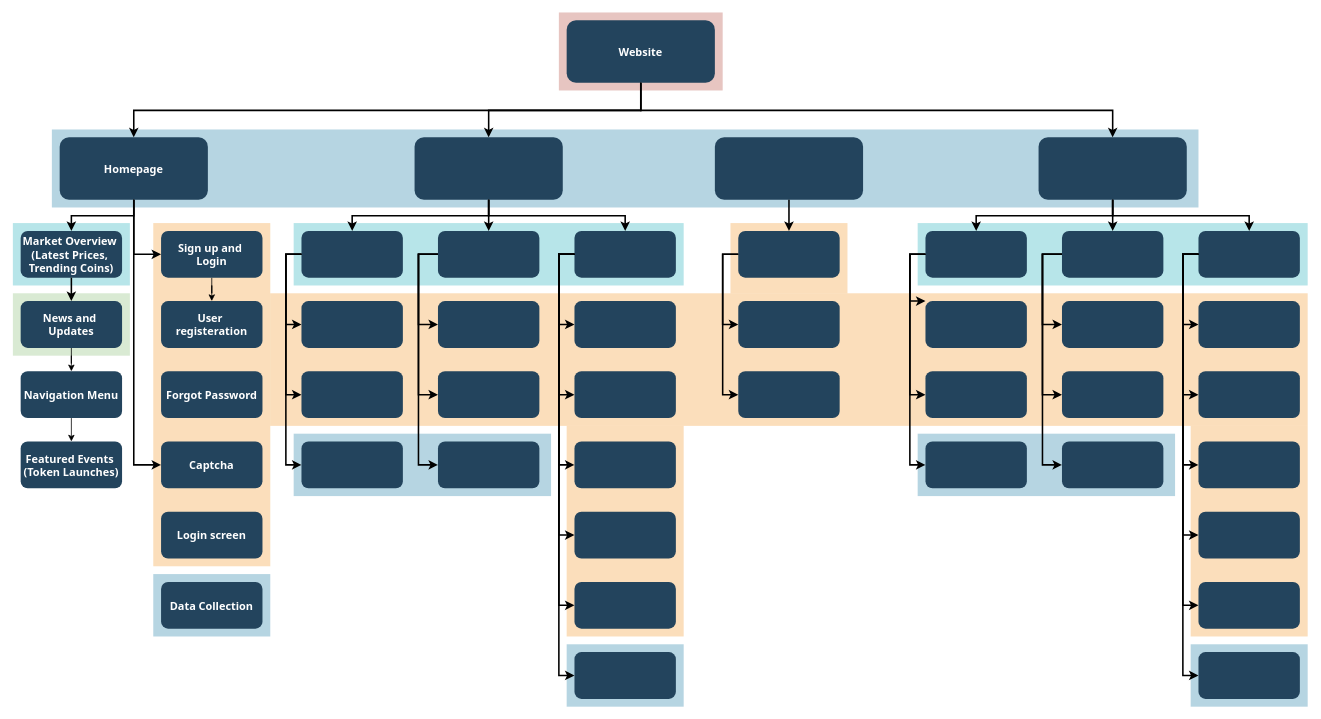
Earlier version of the draw.io diagram Biểu đồ không có tiêu đề.drawio (tunykush/login-captcha). Source tidied: cells renumbered, new cells numbered last; positions are measured from the earlier drawing's top-left corner, leaving out a move shared by most shapes. Both pictures are drawn from the tidied source at 78%, with x=0, y=0 at pixel (12, 12).
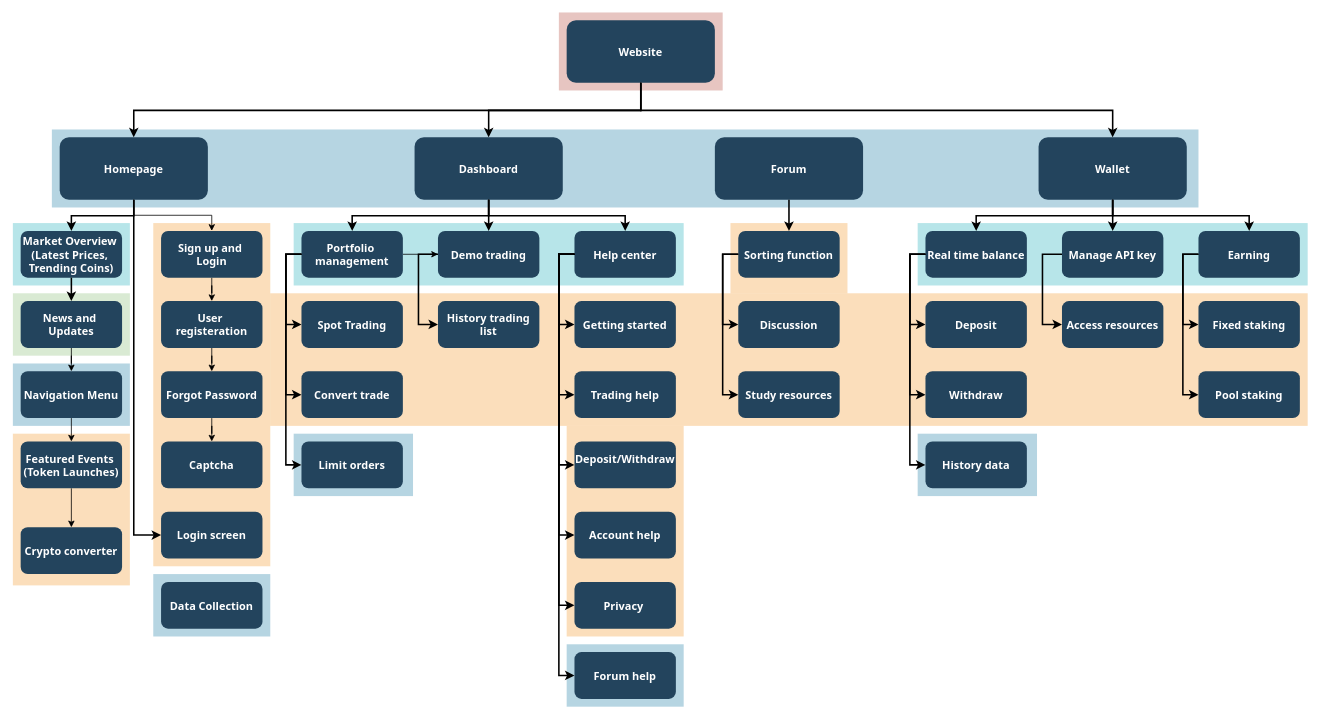
The same page after the edit.

Commit message:
Cập nhật Biểu đồ không có tiêu đề.drawio

Unchanged cells that the change refers to:
```xml
<mxCell id="23" value="Homepage" style="rounded=1;fillColor=#23445D;gradientColor=none;strokeColor=none;fontColor=#FFFFFF;fontStyle=1;fontFamily=Tahoma;fontSize=14;" parent="1" vertex="1">
  <mxGeometry x="60" y="159.5" width="190" height="80" as="geometry" />
</mxCell>
<mxCell id="28" value="Sign up and &#10;Login" style="rounded=1;fillColor=#23445D;gradientColor=none;strokeColor=none;fontColor=#FFFFFF;fontStyle=1;fontFamily=Tahoma;fontSize=14;" parent="1" vertex="1">
  <mxGeometry x="190" y="279.5" width="130" height="60" as="geometry" />
</mxCell>
<mxCell id="29" value="User &#10;registeration" style="rounded=1;fillColor=#23445D;gradientColor=none;strokeColor=none;fontColor=#FFFFFF;fontStyle=1;fontFamily=Tahoma;fontSize=14;" parent="1" vertex="1">
  <mxGeometry x="190" y="369.5" width="130" height="60" as="geometry" />
</mxCell>
<mxCell id="30" value="Forgot Password" style="rounded=1;fillColor=#23445D;gradientColor=none;strokeColor=none;fontColor=#FFFFFF;fontStyle=1;fontFamily=Tahoma;fontSize=14;" parent="1" vertex="1">
  <mxGeometry x="190" y="459.5" width="130" height="60" as="geometry" />
</mxCell>
<mxCell id="31" value="Captcha" style="rounded=1;fillColor=#23445D;gradientColor=none;strokeColor=none;fontColor=#FFFFFF;fontStyle=1;fontFamily=Tahoma;fontSize=14;" parent="1" vertex="1">
  <mxGeometry x="190" y="549.5" width="130" height="60" as="geometry" />
</mxCell>
<mxCell id="32" value="Login screen" style="rounded=1;fillColor=#23445D;gradientColor=none;strokeColor=none;fontColor=#FFFFFF;fontStyle=1;fontFamily=Tahoma;fontSize=14;" parent="1" vertex="1">
  <mxGeometry x="190" y="639.5" width="130" height="60" as="geometry" />
</mxCell>
<mxCell id="108" value="Featured Events &#10;(Token Launches)" style="rounded=1;fillColor=#23445D;gradientColor=none;strokeColor=none;fontColor=#FFFFFF;fontStyle=1;fontFamily=Tahoma;fontSize=14;" parent="1" vertex="1">
  <mxGeometry x="10" y="549.5" width="130" height="60" as="geometry" />
</mxCell>
```

What changed in the source:
```diff
@@
     <mxCell id="4" style="fillColor=#F2931E;strokeColor=none;opacity=30;" parent="1" vertex="1">
-      <mxGeometry x="1510" y="529.5" width="150" height="270" as="geometry" />
+      <mxGeometry y="539.5" width="150" height="194.5" as="geometry" />
     </mxCell>
@@
     <mxCell id="9" style="fillColor=#10739E;strokeColor=none;opacity=30;" parent="1" vertex="1">
-      <mxGeometry x="1510" y="809.5" width="150" height="80" as="geometry" />
+      <mxGeometry y="449.5" width="150" height="80" as="geometry" />
     </mxCell>
     <mxCell id="10" style="fillColor=#10739E;strokeColor=none;opacity=30;" parent="1" vertex="1">
-      <mxGeometry x="1160" y="539.5" width="330" height="80" as="geometry" />
+      <mxGeometry x="1160" y="539.5" width="153" height="80" as="geometry" />
     </mxCell>
@@
     <mxCell id="12" style="fillColor=#10739E;strokeColor=none;opacity=30;" parent="1" vertex="1">
-      <mxGeometry x="360" y="539.5" width="330" height="80" as="geometry" />
+      <mxGeometry x="360" y="539.5" width="153" height="80" as="geometry" />
     </mxCell>
@@
-    <mxCell id="19" style="rounded=1;fillColor=#23445D;gradientColor=none;strokeColor=none;fontColor=#FFFFFF;fontStyle=1;fontFamily=Tahoma;fontSize=14;" parent="1" vertex="1">
+    <mxCell id="19" value="Wallet" style="rounded=1;fillColor=#23445D;gradientColor=none;strokeColor=none;fontColor=#FFFFFF;fontStyle=1;fontFamily=Tahoma;fontSize=14;" parent="1" vertex="1">
       <mxGeometry x="1315" y="159.5" width="190" height="80" as="geometry" />
     </mxCell>
@@
-    <mxCell id="21" style="rounded=1;fillColor=#23445D;gradientColor=none;strokeColor=none;fontColor=#FFFFFF;fontStyle=1;fontFamily=Tahoma;fontSize=14;" parent="1" vertex="1">
+    <mxCell id="21" value="Forum" style="rounded=1;fillColor=#23445D;gradientColor=none;strokeColor=none;fontColor=#FFFFFF;fontStyle=1;fontFamily=Tahoma;fontSize=14;" parent="1" vertex="1">
       <mxGeometry x="900" y="159.5" width="190" height="80" as="geometry" />
     </mxCell>
-    <mxCell id="22" style="rounded=1;fillColor=#23445D;gradientColor=none;strokeColor=none;fontColor=#FFFFFF;fontStyle=1;fontFamily=Tahoma;fontSize=14;" parent="1" vertex="1">
+    <mxCell id="22" value="Dashboard" style="rounded=1;fillColor=#23445D;gradientColor=none;strokeColor=none;fontColor=#FFFFFF;fontStyle=1;fontFamily=Tahoma;fontSize=14;" parent="1" vertex="1">
       <mxGeometry x="515" y="159.5" width="190" height="80" as="geometry" />
     </mxCell>
+    <mxCell id="70" style="edgeStyle=orthogonalEdgeStyle;rounded=0;jettySize=auto;html=1;entryX=0.5;entryY=0;entryDx=0;entryDy=0;" parent="1" edge="1" source="23" target="28">
+      <mxGeometry relative="1" as="geometry" />
+    </mxCell>
@@
+    <mxCell id="109" style="edgeStyle=orthogonalEdgeStyle;rounded=0;jettySize=auto;html=1;exitX=0.5;exitY=1;exitDx=0;exitDy=0;" parent="1" edge="1" source="29" target="30">
+      <mxGeometry relative="1" as="geometry" />
+    </mxCell>
@@
+    <mxCell id="110" style="edgeStyle=orthogonalEdgeStyle;rounded=0;jettySize=auto;html=1;" parent="1" edge="1" source="30" target="31">
+      <mxGeometry relative="1" as="geometry" />
+    </mxCell>
@@
+    <mxCell id="111" style="edgeStyle=orthogonalEdgeStyle;rounded=0;jettySize=auto;html=1;entryX=0;entryY=0.5;entryDx=0;entryDy=0;" parent="1" edge="1" source="34" target="38">
+      <mxGeometry relative="1" as="geometry" />
+    </mxCell>
-    <mxCell id="34" style="rounded=1;fillColor=#23445D;gradientColor=none;strokeColor=none;fontColor=#FFFFFF;fontStyle=1;fontFamily=Tahoma;fontSize=14;" parent="1" vertex="1">
+    <mxCell id="34" value="Portfolio &#10;management" style="rounded=1;fillColor=#23445D;gradientColor=none;strokeColor=none;fontColor=#FFFFFF;fontStyle=1;fontFamily=Tahoma;fontSize=14;" parent="1" vertex="1">
       <mxGeometry x="370" y="279.5" width="130" height="60" as="geometry" />
     </mxCell>
-    <mxCell id="35" style="rounded=1;fillColor=#23445D;gradientColor=none;strokeColor=none;fontColor=#FFFFFF;fontStyle=1;fontFamily=Tahoma;fontSize=14;" parent="1" vertex="1">
+    <mxCell id="35" value="Spot Trading" style="rounded=1;fillColor=#23445D;gradientColor=none;strokeColor=none;fontColor=#FFFFFF;fontStyle=1;fontFamily=Tahoma;fontSize=14;" parent="1" vertex="1">
       <mxGeometry x="370" y="369.5" width="130" height="60" as="geometry" />
     </mxCell>
-    <mxCell id="36" style="rounded=1;fillColor=#23445D;gradientColor=none;strokeColor=none;fontColor=#FFFFFF;fontStyle=1;fontFamily=Tahoma;fontSize=14;" parent="1" vertex="1">
+    <mxCell id="36" value="Convert trade" style="rounded=1;fillColor=#23445D;gradientColor=none;strokeColor=none;fontColor=#FFFFFF;fontStyle=1;fontFamily=Tahoma;fontSize=14;" parent="1" vertex="1">
       <mxGeometry x="370" y="459.5" width="130" height="60" as="geometry" />
     </mxCell>
-    <mxCell id="37" style="rounded=1;fillColor=#23445D;gradientColor=none;strokeColor=none;fontColor=#FFFFFF;fontStyle=1;fontFamily=Tahoma;fontSize=14;" parent="1" vertex="1">
+    <mxCell id="37" value="Limit orders" style="rounded=1;fillColor=#23445D;gradientColor=none;strokeColor=none;fontColor=#FFFFFF;fontStyle=1;fontFamily=Tahoma;fontSize=14;" parent="1" vertex="1">
       <mxGeometry x="370" y="549.5" width="130" height="60" as="geometry" />
     </mxCell>
-    <mxCell id="38" style="rounded=1;fillColor=#23445D;gradientColor=none;strokeColor=none;fontColor=#FFFFFF;fontStyle=1;fontFamily=Tahoma;fontSize=14;" parent="1" vertex="1">
+    <mxCell id="38" value="Demo trading" style="rounded=1;fillColor=#23445D;gradientColor=none;strokeColor=none;fontColor=#FFFFFF;fontStyle=1;fontFamily=Tahoma;fontSize=14;" parent="1" vertex="1">
       <mxGeometry x="545" y="279.5" width="130" height="60" as="geometry" />
     </mxCell>
-    <mxCell id="39" style="rounded=1;fillColor=#23445D;gradientColor=none;strokeColor=none;fontColor=#FFFFFF;fontStyle=1;fontFamily=Tahoma;fontSize=14;" parent="1" vertex="1">
+    <mxCell id="39" value="History trading&#10;list" style="rounded=1;fillColor=#23445D;gradientColor=none;strokeColor=none;fontColor=#FFFFFF;fontStyle=1;fontFamily=Tahoma;fontSize=14;" parent="1" vertex="1">
       <mxGeometry x="545" y="369.5" width="130" height="60" as="geometry" />
     </mxCell>
-    <mxCell id="40" style="rounded=1;fillColor=#23445D;gradientColor=none;strokeColor=none;fontColor=#FFFFFF;fontStyle=1;fontFamily=Tahoma;fontSize=14;" parent="1" vertex="1">
-      <mxGeometry x="545" y="459.5" width="130" height="60" as="geometry" />
-    </mxCell>
-    <mxCell id="41" style="rounded=1;fillColor=#23445D;gradientColor=none;strokeColor=none;fontColor=#FFFFFF;fontStyle=1;fontFamily=Tahoma;fontSize=14;" parent="1" vertex="1">
-      <mxGeometry x="545" y="549.5" width="130" height="60" as="geometry" />
-    </mxCell>
-    <mxCell id="42" style="rounded=1;fillColor=#23445D;gradientColor=none;strokeColor=none;fontColor=#FFFFFF;fontStyle=1;fontFamily=Tahoma;fontSize=14;" parent="1" vertex="1">
+    <mxCell id="42" value="Help center" style="rounded=1;fillColor=#23445D;gradientColor=none;strokeColor=none;fontColor=#FFFFFF;fontStyle=1;fontFamily=Tahoma;fontSize=14;" parent="1" vertex="1">
       <mxGeometry x="720" y="279.5" width="130" height="60" as="geometry" />
     </mxCell>
-    <mxCell id="43" style="rounded=1;fillColor=#23445D;gradientColor=none;strokeColor=none;fontColor=#FFFFFF;fontStyle=1;fontFamily=Tahoma;fontSize=14;" parent="1" vertex="1">
+    <mxCell id="43" value="Getting started" style="rounded=1;fillColor=#23445D;gradientColor=none;strokeColor=none;fontColor=#FFFFFF;fontStyle=1;fontFamily=Tahoma;fontSize=14;" parent="1" vertex="1">
       <mxGeometry x="720" y="369.5" width="130" height="60" as="geometry" />
     </mxCell>
-    <mxCell id="44" style="rounded=1;fillColor=#23445D;gradientColor=none;strokeColor=none;fontColor=#FFFFFF;fontStyle=1;fontFamily=Tahoma;fontSize=14;" parent="1" vertex="1">
+    <mxCell id="44" value="Trading help" style="rounded=1;fillColor=#23445D;gradientColor=none;strokeColor=none;fontColor=#FFFFFF;fontStyle=1;fontFamily=Tahoma;fontSize=14;" parent="1" vertex="1">
       <mxGeometry x="720" y="459.5" width="130" height="60" as="geometry" />
     </mxCell>
-    <mxCell id="45" style="rounded=1;fillColor=#23445D;gradientColor=none;strokeColor=none;fontColor=#FFFFFF;fontStyle=1;fontFamily=Tahoma;fontSize=14;" parent="1" vertex="1">
+    <mxCell id="45" value="Deposit/Withdraw&#10;" style="rounded=1;fillColor=#23445D;gradientColor=none;strokeColor=none;fontColor=#FFFFFF;fontStyle=1;fontFamily=Tahoma;fontSize=14;" parent="1" vertex="1">
       <mxGeometry x="720" y="549.5" width="130" height="60" as="geometry" />
     </mxCell>
-    <mxCell id="46" style="rounded=1;fillColor=#23445D;gradientColor=none;strokeColor=none;fontColor=#FFFFFF;fontStyle=1;fontFamily=Tahoma;fontSize=14;" parent="1" vertex="1">
+    <mxCell id="46" value="Account help" style="rounded=1;fillColor=#23445D;gradientColor=none;strokeColor=none;fontColor=#FFFFFF;fontStyle=1;fontFamily=Tahoma;fontSize=14;" parent="1" vertex="1">
       <mxGeometry x="720" y="639.5" width="130" height="60" as="geometry" />
     </mxCell>
-    <mxCell id="47" style="rounded=1;fillColor=#23445D;gradientColor=none;strokeColor=none;fontColor=#FFFFFF;fontStyle=1;fontFamily=Tahoma;fontSize=14;" parent="1" vertex="1">
+    <mxCell id="47" value="Privacy " style="rounded=1;fillColor=#23445D;gradientColor=none;strokeColor=none;fontColor=#FFFFFF;fontStyle=1;fontFamily=Tahoma;fontSize=14;" parent="1" vertex="1">
       <mxGeometry x="720" y="729.5" width="130" height="60" as="geometry" />
     </mxCell>
-    <mxCell id="48" style="rounded=1;fillColor=#23445D;gradientColor=none;strokeColor=none;fontColor=#FFFFFF;fontStyle=1;fontFamily=Tahoma;fontSize=14;" parent="1" vertex="1">
+    <mxCell id="48" value="Forum help" style="rounded=1;fillColor=#23445D;gradientColor=none;strokeColor=none;fontColor=#FFFFFF;fontStyle=1;fontFamily=Tahoma;fontSize=14;" parent="1" vertex="1">
       <mxGeometry x="720" y="819.5" width="130" height="60" as="geometry" />
     </mxCell>
-    <mxCell id="49" style="rounded=1;fillColor=#23445D;gradientColor=none;strokeColor=none;fontColor=#FFFFFF;fontStyle=1;fontFamily=Tahoma;fontSize=14;" parent="1" vertex="1">
+    <mxCell id="49" value="Sorting function" style="rounded=1;fillColor=#23445D;gradientColor=none;strokeColor=none;fontColor=#FFFFFF;fontStyle=1;fontFamily=Tahoma;fontSize=14;" parent="1" vertex="1">
       <mxGeometry x="930" y="279.5" width="130" height="60" as="geometry" />
     </mxCell>
-    <mxCell id="50" style="rounded=1;fillColor=#23445D;gradientColor=none;strokeColor=none;fontColor=#FFFFFF;fontStyle=1;fontFamily=Tahoma;fontSize=14;" parent="1" vertex="1">
+    <mxCell id="50" value="Discussion" style="rounded=1;fillColor=#23445D;gradientColor=none;strokeColor=none;fontColor=#FFFFFF;fontStyle=1;fontFamily=Tahoma;fontSize=14;" parent="1" vertex="1">
       <mxGeometry x="930" y="369.5" width="130" height="60" as="geometry" />
     </mxCell>
-    <mxCell id="51" style="rounded=1;fillColor=#23445D;gradientColor=none;strokeColor=none;fontColor=#FFFFFF;fontStyle=1;fontFamily=Tahoma;fontSize=14;" parent="1" vertex="1">
+    <mxCell id="51" value="Study resources" style="rounded=1;fillColor=#23445D;gradientColor=none;strokeColor=none;fontColor=#FFFFFF;fontStyle=1;fontFamily=Tahoma;fontSize=14;" parent="1" vertex="1">
       <mxGeometry x="930" y="459.5" width="130" height="60" as="geometry" />
     </mxCell>
-    <mxCell id="52" style="rounded=1;fillColor=#23445D;gradientColor=none;strokeColor=none;fontColor=#FFFFFF;fontStyle=1;fontFamily=Tahoma;fontSize=14;" parent="1" vertex="1">
+    <mxCell id="52" value="Real time balance" style="rounded=1;fillColor=#23445D;gradientColor=none;strokeColor=none;fontColor=#FFFFFF;fontStyle=1;fontFamily=Tahoma;fontSize=14;" parent="1" vertex="1">
       <mxGeometry x="1170" y="279.5" width="130" height="60" as="geometry" />
     </mxCell>
-    <mxCell id="53" style="rounded=1;fillColor=#23445D;gradientColor=none;strokeColor=none;fontColor=#FFFFFF;fontStyle=1;fontFamily=Tahoma;fontSize=14;" parent="1" vertex="1">
+    <mxCell id="53" value="Deposit" style="rounded=1;fillColor=#23445D;gradientColor=none;strokeColor=none;fontColor=#FFFFFF;fontStyle=1;fontFamily=Tahoma;fontSize=14;" parent="1" vertex="1">
       <mxGeometry x="1170" y="369.5" width="130" height="60" as="geometry" />
     </mxCell>
-    <mxCell id="54" style="rounded=1;fillColor=#23445D;gradientColor=none;strokeColor=none;fontColor=#FFFFFF;fontStyle=1;fontFamily=Tahoma;fontSize=14;" parent="1" vertex="1">
+    <mxCell id="54" value="Withdraw" style="rounded=1;fillColor=#23445D;gradientColor=none;strokeColor=none;fontColor=#FFFFFF;fontStyle=1;fontFamily=Tahoma;fontSize=14;" parent="1" vertex="1">
       <mxGeometry x="1170" y="459.5" width="130" height="60" as="geometry" />
     </mxCell>
-    <mxCell id="55" style="rounded=1;fillColor=#23445D;gradientColor=none;strokeColor=none;fontColor=#FFFFFF;fontStyle=1;fontFamily=Tahoma;fontSize=14;" parent="1" vertex="1">
+    <mxCell id="55" value="History data" style="rounded=1;fillColor=#23445D;gradientColor=none;strokeColor=none;fontColor=#FFFFFF;fontStyle=1;fontFamily=Tahoma;fontSize=14;" parent="1" vertex="1">
       <mxGeometry x="1170" y="549.5" width="130" height="60" as="geometry" />
     </mxCell>
-    <mxCell id="56" style="rounded=1;fillColor=#23445D;gradientColor=none;strokeColor=none;fontColor=#FFFFFF;fontStyle=1;fontFamily=Tahoma;fontSize=14;" parent="1" vertex="1">
+    <mxCell id="56" value="Manage API key" style="rounded=1;fillColor=#23445D;gradientColor=none;strokeColor=none;fontColor=#FFFFFF;fontStyle=1;fontFamily=Tahoma;fontSize=14;" parent="1" vertex="1">
       <mxGeometry x="1345" y="279.5" width="130" height="60" as="geometry" />
     </mxCell>
-    <mxCell id="57" style="rounded=1;fillColor=#23445D;gradientColor=none;strokeColor=none;fontColor=#FFFFFF;fontStyle=1;fontFamily=Tahoma;fontSize=14;" parent="1" vertex="1">
+    <mxCell id="57" value="Access resources" style="rounded=1;fillColor=#23445D;gradientColor=none;strokeColor=none;fontColor=#FFFFFF;fontStyle=1;fontFamily=Tahoma;fontSize=14;" parent="1" vertex="1">
       <mxGeometry x="1345" y="369.5" width="130" height="60" as="geometry" />
     </mxCell>
-    <mxCell id="58" style="rounded=1;fillColor=#23445D;gradientColor=none;strokeColor=none;fontColor=#FFFFFF;fontStyle=1;fontFamily=Tahoma;fontSize=14;" parent="1" vertex="1">
-      <mxGeometry x="1345" y="459.5" width="130" height="60" as="geometry" />
-    </mxCell>
-    <mxCell id="59" style="rounded=1;fillColor=#23445D;gradientColor=none;strokeColor=none;fontColor=#FFFFFF;fontStyle=1;fontFamily=Tahoma;fontSize=14;" parent="1" vertex="1">
-      <mxGeometry x="1345" y="549.5" width="130" height="60" as="geometry" />
-    </mxCell>
-    <mxCell id="60" style="rounded=1;fillColor=#23445D;gradientColor=none;strokeColor=none;fontColor=#FFFFFF;fontStyle=1;fontFamily=Tahoma;fontSize=14;" parent="1" vertex="1">
+    <mxCell id="60" value="Earning" style="rounded=1;fillColor=#23445D;gradientColor=none;strokeColor=none;fontColor=#FFFFFF;fontStyle=1;fontFamily=Tahoma;fontSize=14;" parent="1" vertex="1">
       <mxGeometry x="1520" y="279.5" width="130" height="60" as="geometry" />
     </mxCell>
-    <mxCell id="61" style="rounded=1;fillColor=#23445D;gradientColor=none;strokeColor=none;fontColor=#FFFFFF;fontStyle=1;fontFamily=Tahoma;fontSize=14;" parent="1" vertex="1">
+    <mxCell id="61" value="Fixed staking" style="rounded=1;fillColor=#23445D;gradientColor=none;strokeColor=none;fontColor=#FFFFFF;fontStyle=1;fontFamily=Tahoma;fontSize=14;" parent="1" vertex="1">
       <mxGeometry x="1520" y="369.5" width="130" height="60" as="geometry" />
     </mxCell>
-    <mxCell id="62" style="rounded=1;fillColor=#23445D;gradientColor=none;strokeColor=none;fontColor=#FFFFFF;fontStyle=1;fontFamily=Tahoma;fontSize=14;" parent="1" vertex="1">
+    <mxCell id="62" value="Pool staking" style="rounded=1;fillColor=#23445D;gradientColor=none;strokeColor=none;fontColor=#FFFFFF;fontStyle=1;fontFamily=Tahoma;fontSize=14;" parent="1" vertex="1">
       <mxGeometry x="1520" y="459.5" width="130" height="60" as="geometry" />
     </mxCell>
-    <mxCell id="63" style="rounded=1;fillColor=#23445D;gradientColor=none;strokeColor=none;fontColor=#FFFFFF;fontStyle=1;fontFamily=Tahoma;fontSize=14;" parent="1" vertex="1">
-      <mxGeometry x="1520" y="549.5" width="130" height="60" as="geometry" />
-    </mxCell>
-    <mxCell id="64" style="rounded=1;fillColor=#23445D;gradientColor=none;strokeColor=none;fontColor=#FFFFFF;fontStyle=1;fontFamily=Tahoma;fontSize=14;" parent="1" vertex="1">
-      <mxGeometry x="1520" y="639.5" width="130" height="60" as="geometry" />
-    </mxCell>
-    <mxCell id="65" style="rounded=1;fillColor=#23445D;gradientColor=none;strokeColor=none;fontColor=#FFFFFF;fontStyle=1;fontFamily=Tahoma;fontSize=14;" parent="1" vertex="1">
-      <mxGeometry x="1520" y="729.5" width="130" height="60" as="geometry" />
-    </mxCell>
-    <mxCell id="66" style="rounded=1;fillColor=#23445D;gradientColor=none;strokeColor=none;fontColor=#FFFFFF;fontStyle=1;fontFamily=Tahoma;fontSize=14;" parent="1" vertex="1">
-      <mxGeometry x="1520" y="819.5" width="130" height="60" as="geometry" />
-    </mxCell>
@@
-    <mxCell id="70" style="edgeStyle=elbowEdgeStyle;elbow=horizontal;strokeWidth=2;rounded=0;" parent="1" edge="1" source="23" target="28">
-      <mxGeometry x="-23" y="135.5" as="geometry">
-        <Array as="points">
-          <mxPoint x="155" y="259.5" />
-        </Array>
-      </mxGeometry>
-    </mxCell>
-    <mxCell id="71" style="edgeStyle=elbowEdgeStyle;elbow=horizontal;strokeWidth=2;rounded=0;entryX=0;entryY=0.5;entryDx=0;entryDy=0;" parent="1" edge="1" source="23" target="31">
+    <mxCell id="71" style="edgeStyle=elbowEdgeStyle;elbow=horizontal;strokeWidth=2;rounded=0;entryX=0;entryY=0.5;entryDx=0;entryDy=0;" parent="1" edge="1" source="23" target="32">
       <mxGeometry x="-23" y="135.5" as="geometry">
         <Array as="points">
           <mxPoint x="155" y="489.5" />
         </Array>
       </mxGeometry>
     </mxCell>
@@
-    <mxCell id="76" style="edgeStyle=elbowEdgeStyle;elbow=horizontal;strokeWidth=2;rounded=0;" parent="1" edge="1" source="38" target="40">
-      <mxGeometry x="-23" y="135.5" as="geometry">
-        <Array as="points">
-          <mxPoint x="520" y="399.5" />
-        </Array>
-      </mxGeometry>
-    </mxCell>
-    <mxCell id="77" style="edgeStyle=elbowEdgeStyle;elbow=horizontal;strokeWidth=2;rounded=0;" parent="1" edge="1" source="38" target="41">
-      <mxGeometry x="-23" y="135.5" as="geometry">
-        <Array as="points">
-          <mxPoint x="520" y="439.5" />
-        </Array>
-      </mxGeometry>
-    </mxCell>
@@
-    <mxCell id="86" style="edgeStyle=elbowEdgeStyle;elbow=horizontal;strokeWidth=2;rounded=0;" parent="1" edge="1" source="52" target="53">
+    <mxCell id="86" style="edgeStyle=elbowEdgeStyle;elbow=horizontal;strokeWidth=2;rounded=0;entryX=0;entryY=0.5;entryDx=0;entryDy=0;" parent="1" edge="1" source="52" target="53">
       <mxGeometry x="-23" y="135.5" as="geometry">
         <Array as="points">
           <mxPoint x="1150" y="369.5" />
         </Array>
       </mxGeometry>
     </mxCell>
@@
-    <mxCell id="90" style="edgeStyle=elbowEdgeStyle;elbow=horizontal;strokeWidth=2;rounded=0;" parent="1" edge="1" source="56" target="58">
-      <mxGeometry x="-23" y="135.5" as="geometry">
-        <Array as="points">
-          <mxPoint x="1320" y="419.5" />
-        </Array>
-      </mxGeometry>
-    </mxCell>
-    <mxCell id="91" style="edgeStyle=elbowEdgeStyle;elbow=horizontal;strokeWidth=2;rounded=0;" parent="1" edge="1" source="56" target="59">
-      <mxGeometry x="-23" y="135.5" as="geometry">
-        <Array as="points">
-          <mxPoint x="1320" y="449.5" />
-        </Array>
-      </mxGeometry>
-    </mxCell>
@@
-    <mxCell id="94" style="edgeStyle=elbowEdgeStyle;elbow=horizontal;strokeWidth=2;rounded=0;" parent="1" edge="1" source="60" target="63">
-      <mxGeometry x="-23" y="135.5" as="geometry">
-        <Array as="points">
-          <mxPoint x="1500" y="449.5" />
-        </Array>
-      </mxGeometry>
-    </mxCell>
-    <mxCell id="95" style="edgeStyle=elbowEdgeStyle;elbow=horizontal;strokeWidth=2;rounded=0;" parent="1" edge="1" source="60" target="64">
-      <mxGeometry x="-23" y="135.5" as="geometry">
-        <Array as="points">
-          <mxPoint x="1500" y="499.5" />
-        </Array>
-      </mxGeometry>
-    </mxCell>
-    <mxCell id="96" style="edgeStyle=elbowEdgeStyle;elbow=horizontal;strokeWidth=2;rounded=0;" parent="1" edge="1" source="60" target="65">
-      <mxGeometry x="-23" y="135.5" as="geometry">
-        <Array as="points">
-          <mxPoint x="1500" y="549.5" />
-        </Array>
-      </mxGeometry>
-    </mxCell>
-    <mxCell id="97" style="edgeStyle=elbowEdgeStyle;elbow=horizontal;strokeWidth=2;rounded=0;" parent="1" edge="1" source="60" target="66">
-      <mxGeometry x="-23" y="135.5" as="geometry">
-        <Array as="points">
-          <mxPoint x="1500" y="589.5" />
-        </Array>
-      </mxGeometry>
-    </mxCell>
@@
+    <mxCell id="112" style="edgeStyle=orthogonalEdgeStyle;rounded=0;jettySize=auto;html=1;exitX=0.5;exitY=1;exitDx=0;exitDy=0;entryX=0.5;entryY=0;entryDx=0;entryDy=0;" parent="1" edge="1" source="108" target="113">
+      <mxGeometry relative="1" as="geometry" />
+    </mxCell>
@@
+    <mxCell id="113" value="Crypto converter" style="rounded=1;fillColor=#23445D;gradientColor=none;strokeColor=none;fontColor=#FFFFFF;fontStyle=1;fontFamily=Tahoma;fontSize=14;" parent="1" vertex="1">
+      <mxGeometry x="10" y="659.5" width="130" height="60" as="geometry" />
+    </mxCell>
```
